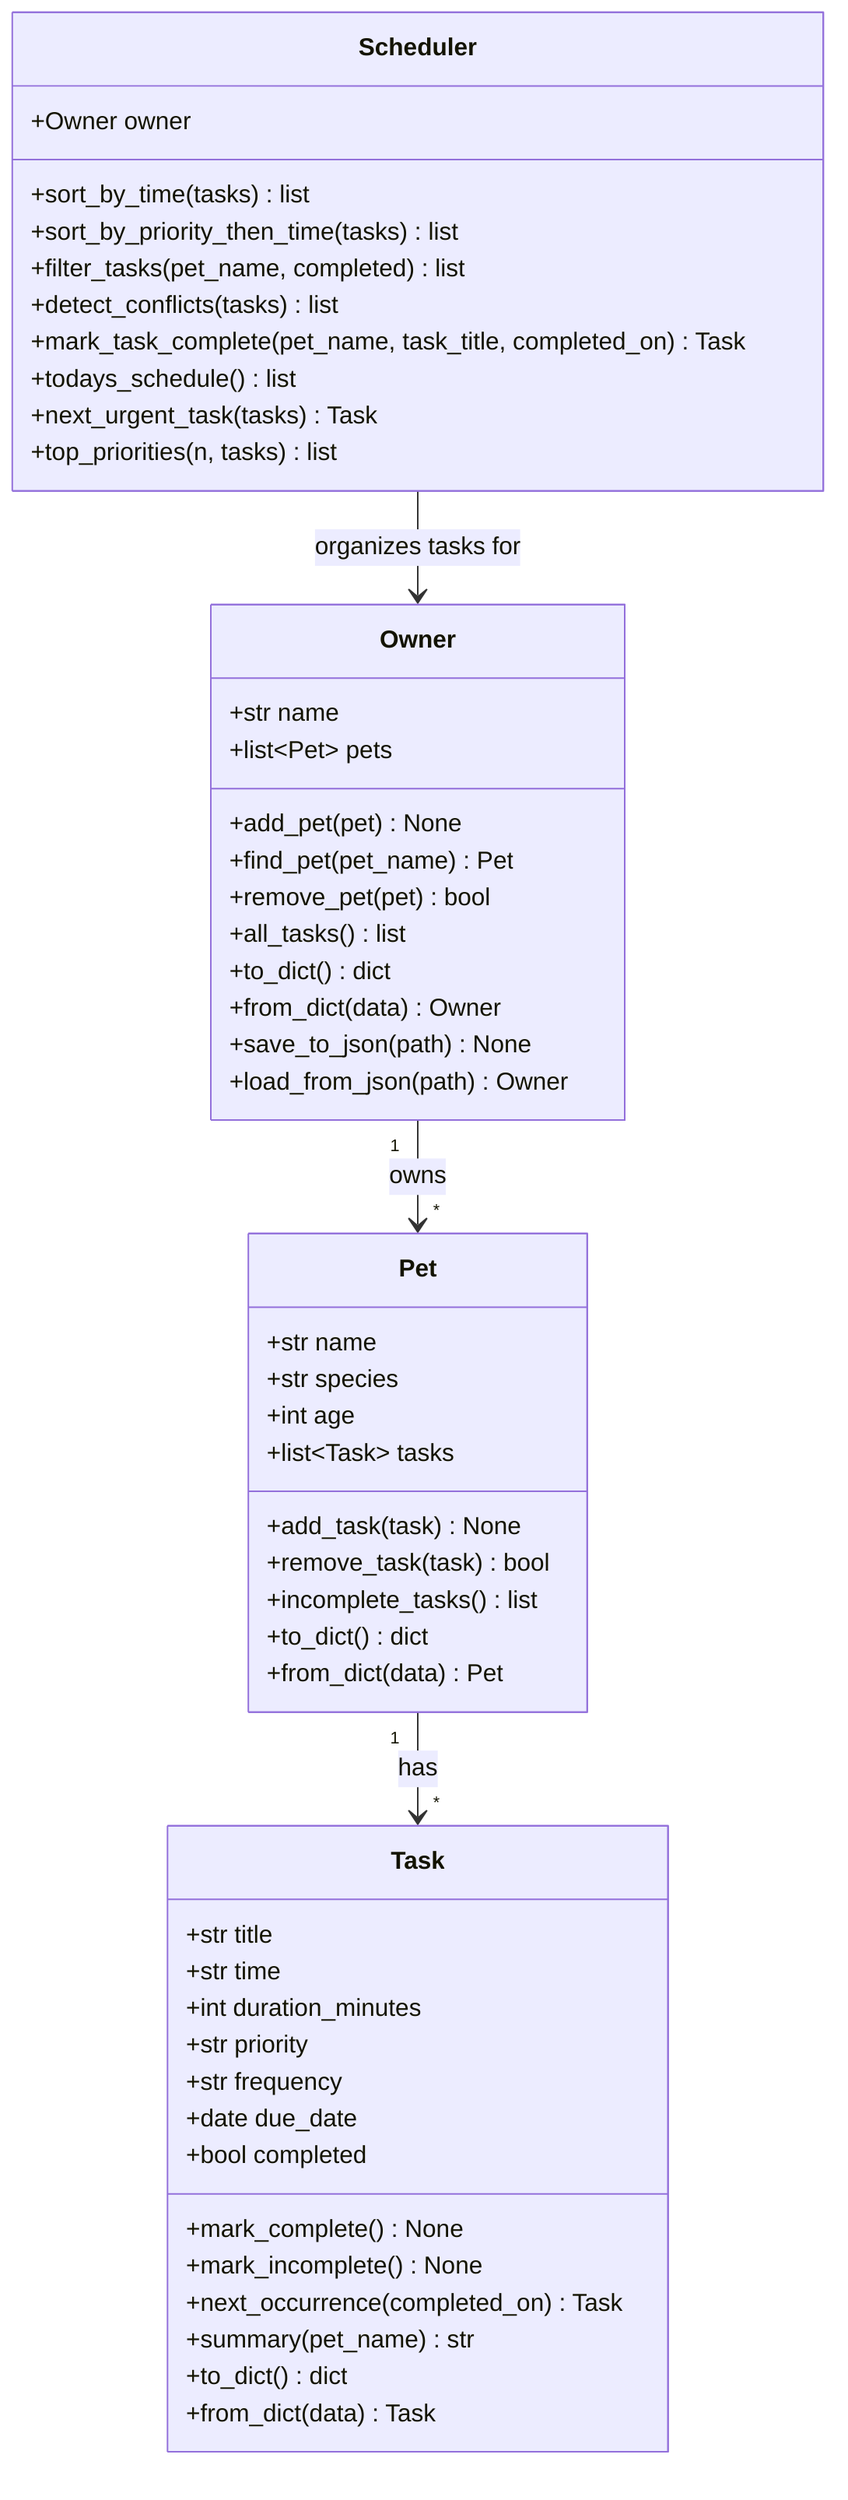
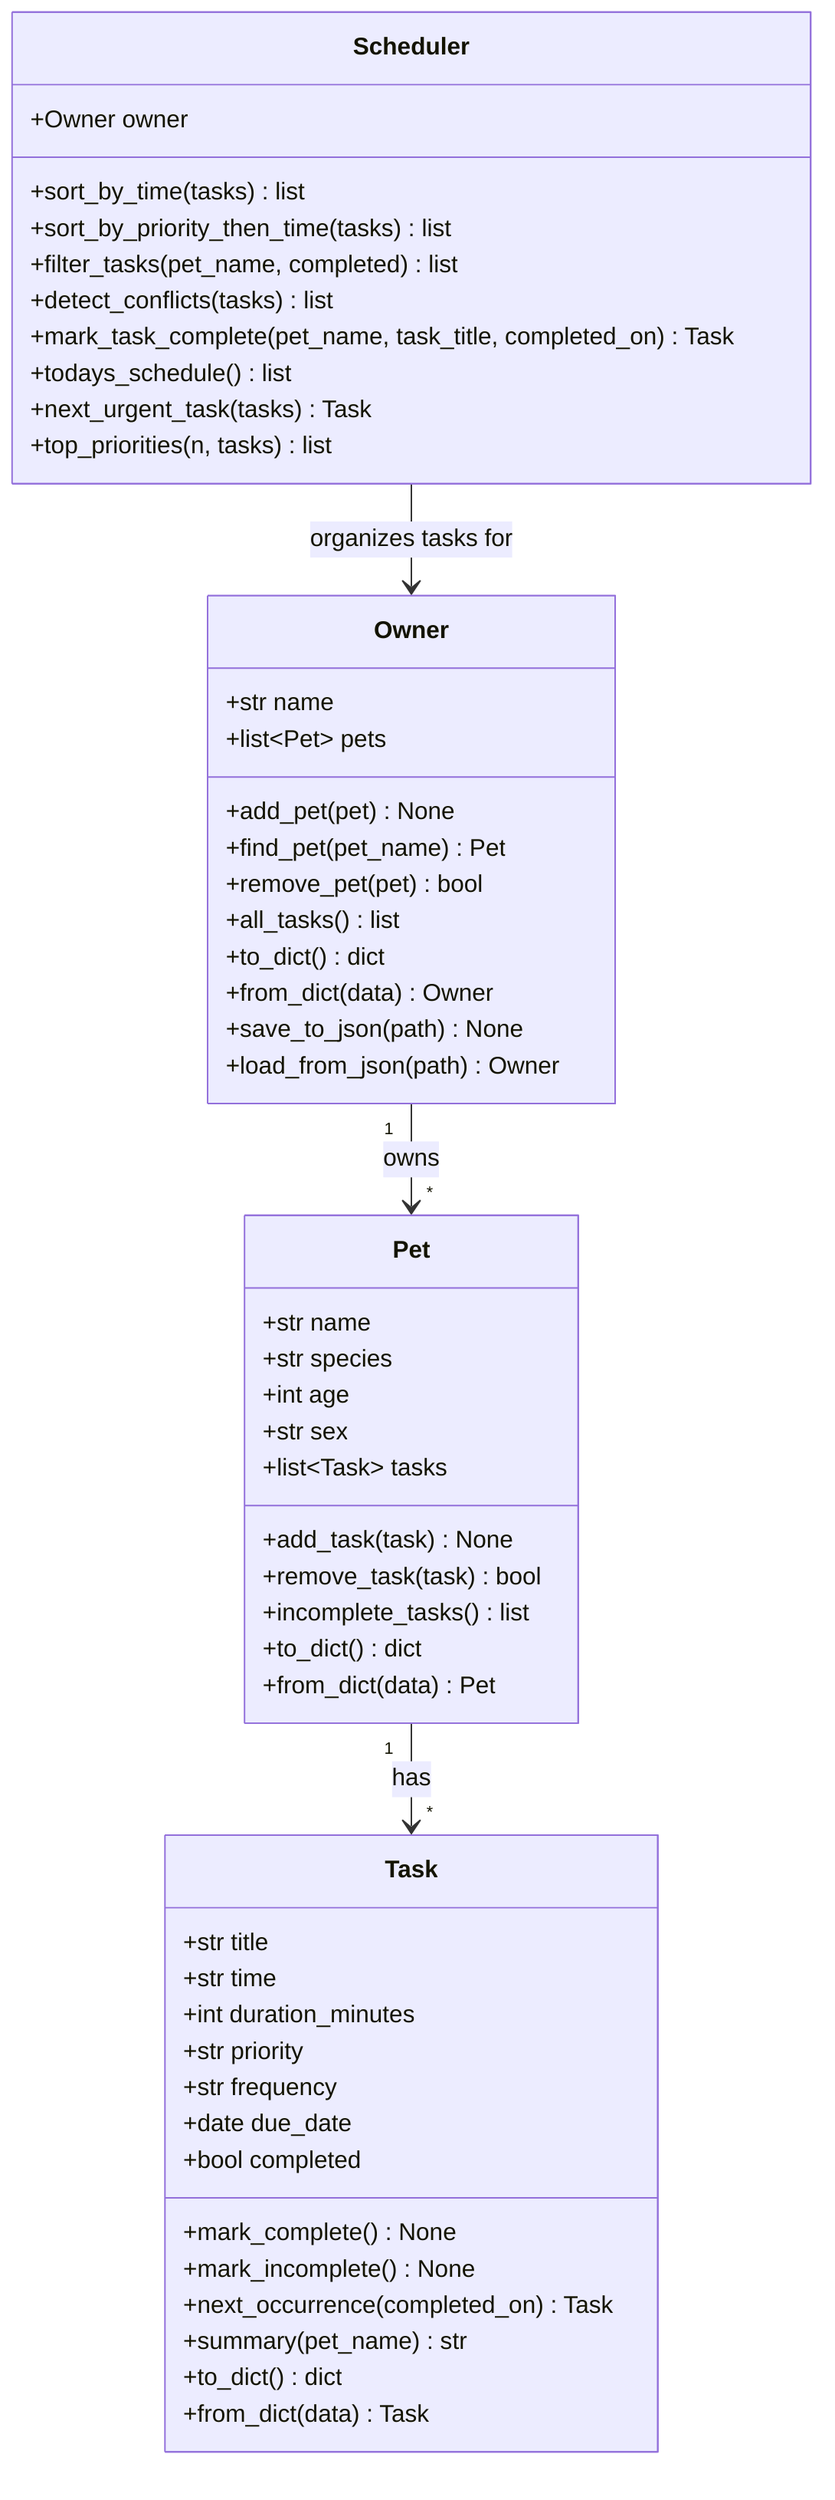
classDiagram
    class Owner {
        +str name
        +list~Pet~ pets
        +add_pet(pet) None
        +find_pet(pet_name) Pet
        +remove_pet(pet) bool
        +all_tasks() list
        +to_dict() dict
        +from_dict(data) Owner
        +save_to_json(path) None
        +load_from_json(path) Owner
    }

    class Pet {
        +str name
        +str species
        +int age
+         +str sex
        +list~Task~ tasks
        +add_task(task) None
        +remove_task(task) bool
        +incomplete_tasks() list
        +to_dict() dict
        +from_dict(data) Pet
    }

    class Task {
        +str title
        +str time
        +int duration_minutes
        +str priority
        +str frequency
        +date due_date
        +bool completed
        +mark_complete() None
        +mark_incomplete() None
        +next_occurrence(completed_on) Task
        +summary(pet_name) str
        +to_dict() dict
        +from_dict(data) Task
    }

    class Scheduler {
        +Owner owner
        +sort_by_time(tasks) list
        +sort_by_priority_then_time(tasks) list
        +filter_tasks(pet_name, completed) list
        +detect_conflicts(tasks) list
        +mark_task_complete(pet_name, task_title, completed_on) Task
        +todays_schedule() list
        +next_urgent_task(tasks) Task
        +top_priorities(n, tasks) list
    }

    Owner "1" --> "*" Pet : owns
    Pet "1" --> "*" Task : has
    Scheduler --> Owner : organizes tasks for
